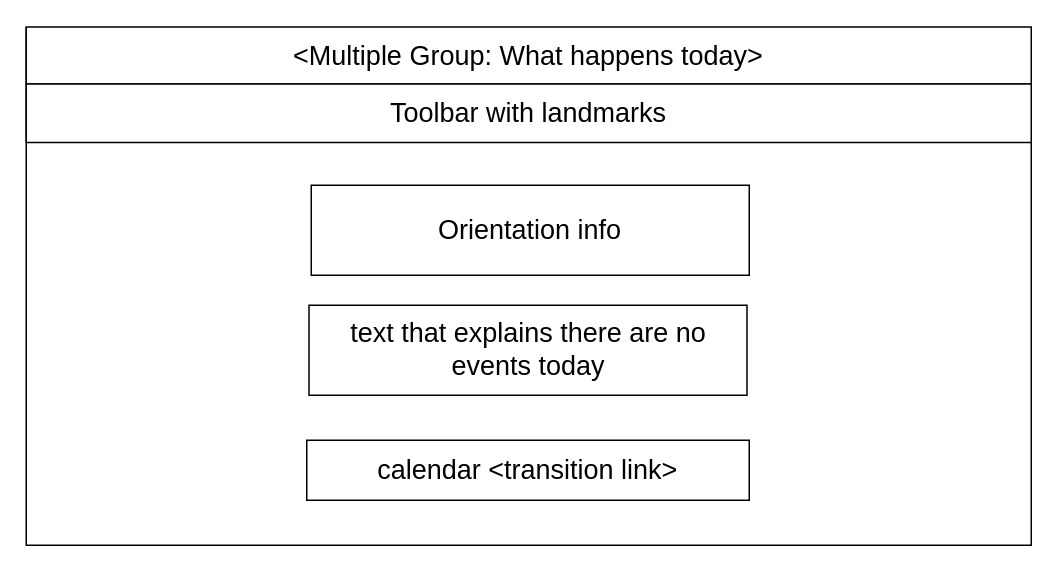
Above: other/documentation/frontend/DRAW IO desing/what happens today empty.drawio in LeonardoPanizzo/hypermedia2019 (draw.io), before the change. Source tidied: cells renumbered, new cells numbered last; positions are measured from the earlier drawing's top-left corner, leaving out a move shared by most shapes. Both pictures are drawn from the tidied source at 150%, with x=0, y=0 at pixel (26, 26).
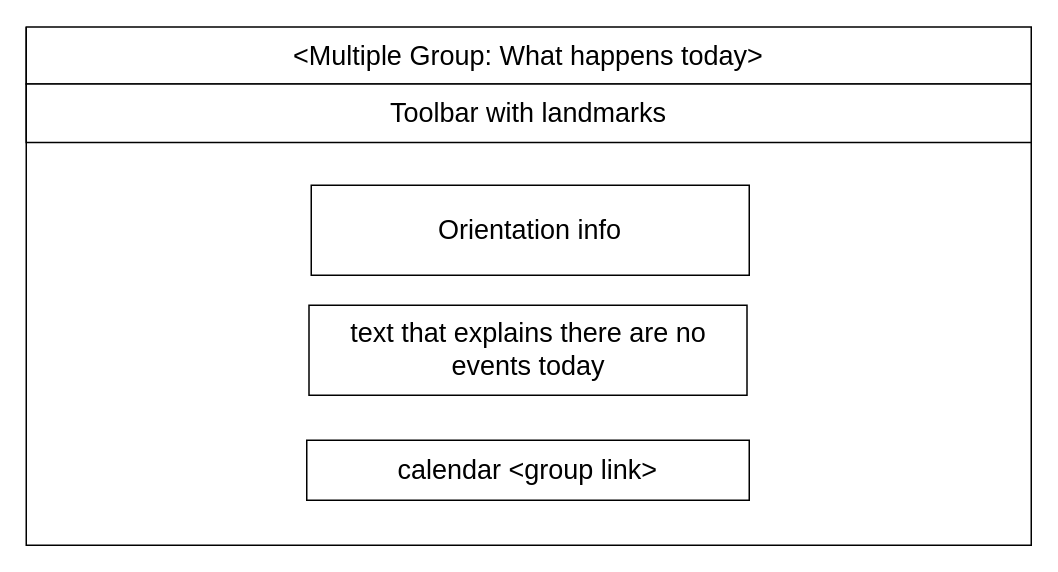
The same page after the edit.

Change to the diagram source:
```diff
@@
 <mxGraphModel>
   <root>
     <mxCell id="0" />
     <mxCell id="1" parent="0" />
     <mxCell id="2" style="rounded=0;whiteSpace=wrap;html=1;" parent="1" vertex="1">
       <mxGeometry y="1" width="670" height="345" as="geometry" />
     </mxCell>
     <mxCell id="3" value="&lt;div style=&quot;text-align: left ; font-size: 18px&quot;&gt;&lt;/div&gt;&lt;span style=&quot;text-align: left&quot;&gt;&amp;lt;Multiple Group&lt;/span&gt;&lt;span style=&quot;text-align: left&quot;&gt;: What happens today&amp;gt;&lt;/span&gt;&lt;span style=&quot;text-align: left&quot;&gt;&lt;br&gt;&lt;/span&gt;" style="rounded=0;whiteSpace=wrap;html=1;fontSize=18;" parent="1" vertex="1">
       <mxGeometry y="0.5" width="670" height="38" as="geometry" />
     </mxCell>
     <mxCell id="4" value="Toolbar with landmarks" style="rounded=0;whiteSpace=wrap;html=1;fontSize=18;" parent="1" vertex="1">
       <mxGeometry y="38.5" width="670" height="39" as="geometry" />
     </mxCell>
     <mxCell id="5" value="&lt;span style=&quot;font-size: 18px&quot;&gt;Orientation info&lt;/span&gt;" style="rounded=0;whiteSpace=wrap;html=1;" parent="1" vertex="1">
       <mxGeometry x="190" y="106" width="292" height="60" as="geometry" />
     </mxCell>
-    <mxCell id="6" value="calendar &amp;lt;transition link&amp;gt;" style="rounded=0;whiteSpace=wrap;html=1;fontSize=18;" parent="1" vertex="1">
+    <mxCell id="6" value="calendar &amp;lt;group link&amp;gt;" style="rounded=0;whiteSpace=wrap;html=1;fontSize=18;" parent="1" vertex="1">
       <mxGeometry x="187" y="276" width="295" height="40" as="geometry" />
     </mxCell>
     <mxCell id="7" value="&lt;span style=&quot;font-size: 18px&quot;&gt;text that explains there are no events today&lt;/span&gt;" style="rounded=0;whiteSpace=wrap;html=1;" parent="1" vertex="1">
       <mxGeometry x="188.5" y="186" width="292" height="60" as="geometry" />
     </mxCell>
   </root>
 </mxGraphModel>
```
